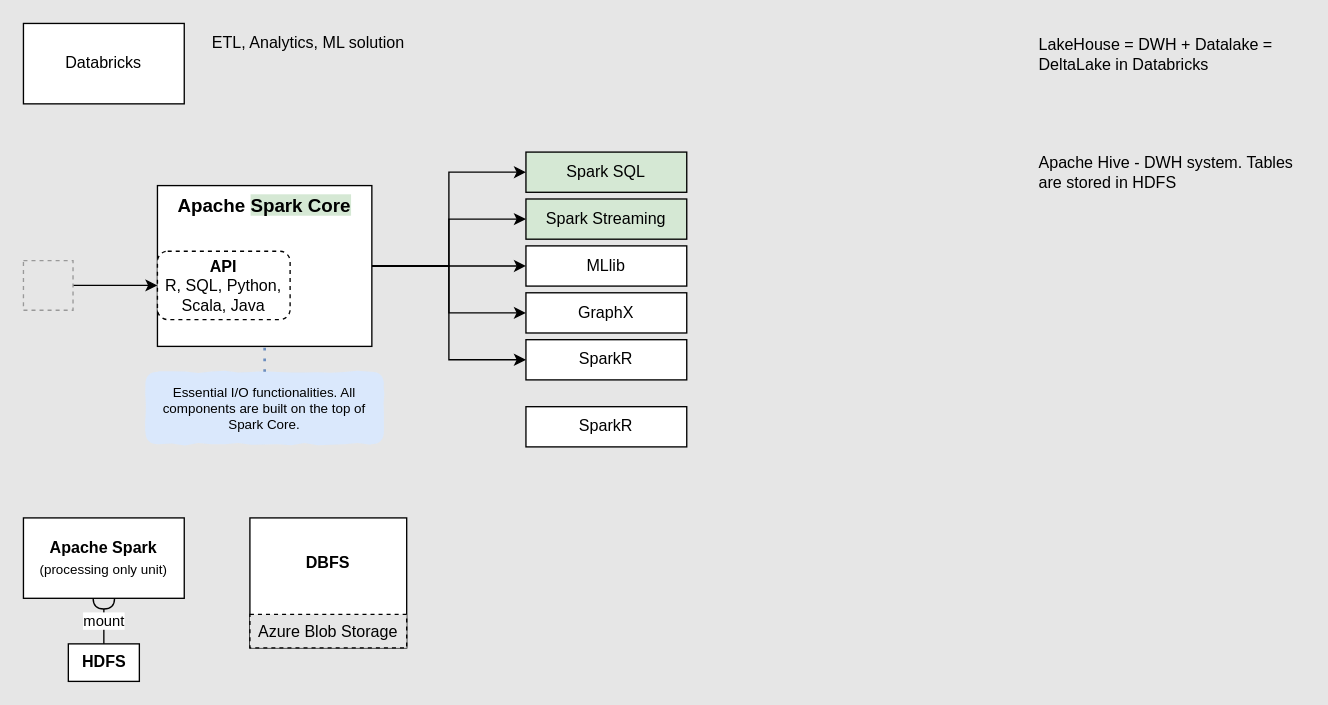
Earlier version of the draw.io diagram Databricks.drawio (agrazh/de-diagrams). Source tidied: cells renumbered, new cells numbered last; positions are measured from the earlier drawing's top-left corner, leaving out a move shared by most shapes. Both pictures are drawn from the tidied source at 134%, with x=0, y=0 at pixel (23, 23). Pictures stored in the file or linked from it are replaced by grey dashed boxes.
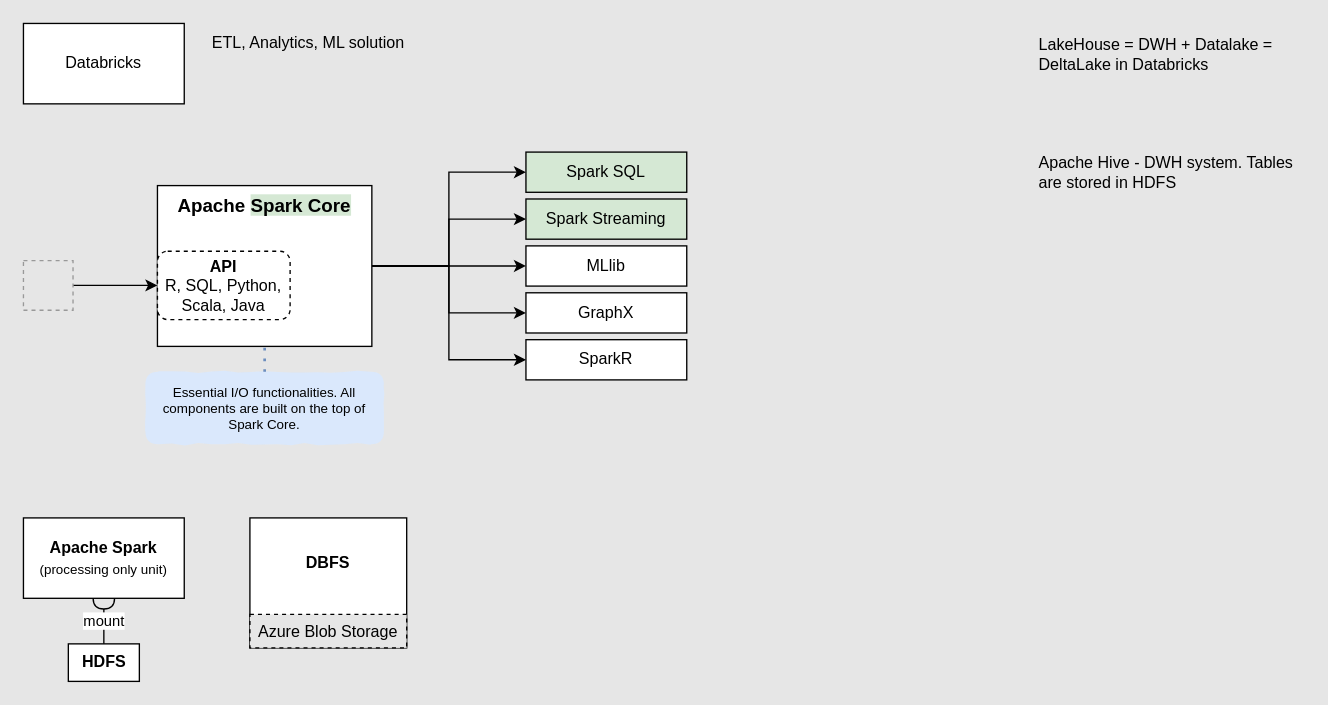
Above is the later version.

Diff of the diagram source:
```diff
@@
-    <mxCell id="29" value="SparkR" style="rounded=0;whiteSpace=wrap;html=1;" parent="1" vertex="1">
-      <mxGeometry x="375" y="286" width="120" height="30" as="geometry" />
-    </mxCell>
-    <mxCell id="30" parent="0" />
```
